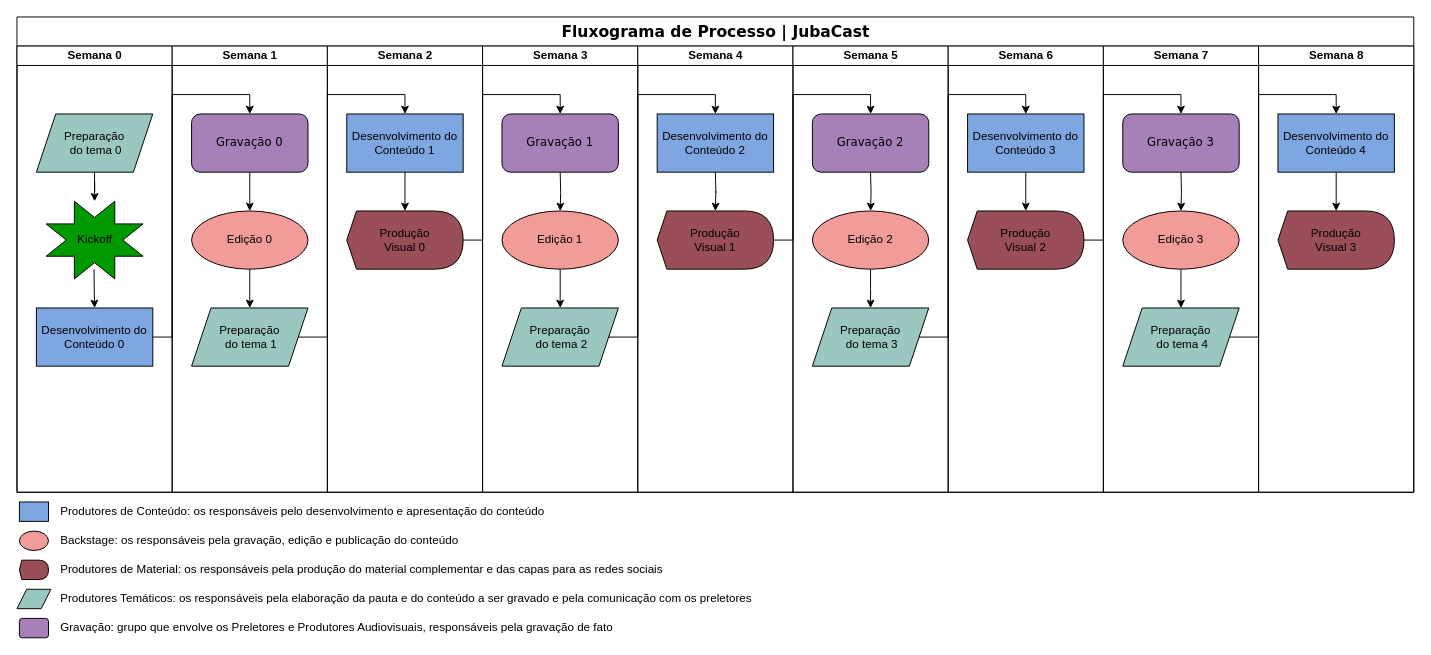
The draw.io diagram Jubacast_FluxogramaSemanal.drawio in LuccaGiffoni/Flowcharts, before the edit. Source tidied: cells renumbered, new cells numbered last; positions are measured from the earlier drawing's top-left corner, leaving out a move shared by most shapes. Both pictures are drawn from the tidied source at 97%, with x=0, y=0 at pixel (16, 16).
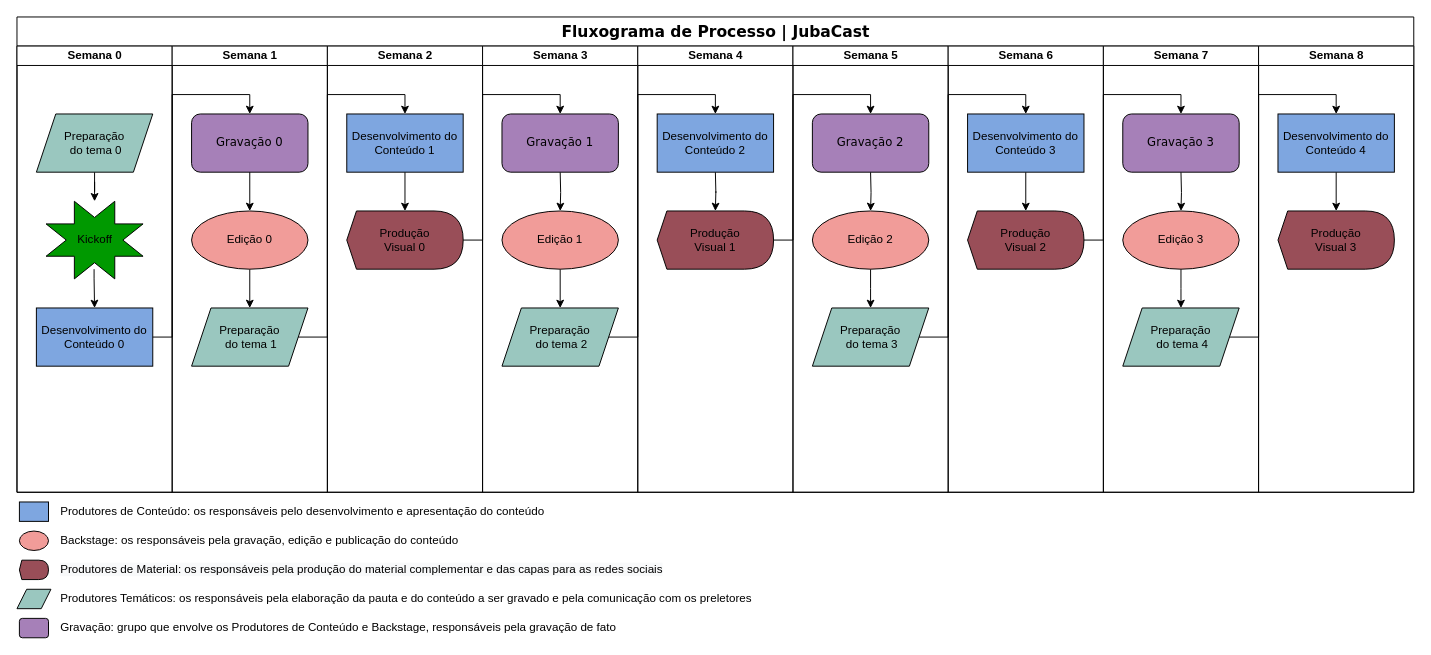
The same page after the edit.

What changed in the source:
```diff
@@
-    <mxCell id="63" value="Gravação: grupo que envolve os Preletores e Produtores Audiovisuais, responsáveis pela gravação de fato" style="text;html=1;strokeColor=none;fillColor=none;align=left;verticalAlign=middle;whiteSpace=wrap;rounded=0;fontSize=12;" parent="1" vertex="1">
+    <mxCell id="63" value="Gravação: grupo que envolve os Produtores de Conteúdo e Backstage, responsáveis pela gravação de fato" style="text;html=1;strokeColor=none;fillColor=none;align=left;verticalAlign=middle;whiteSpace=wrap;rounded=0;fontSize=12;" parent="1" vertex="1">
       <mxGeometry x="42.5" y="620" width="760" height="20" as="geometry" />
     </mxCell>
```
